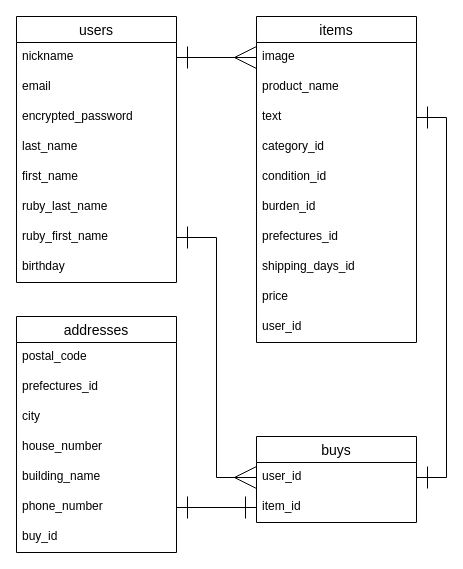
Before: ER.dio in takuya-kun/furima-34798, a draw.io diagram. Source tidied: cells renumbered, new cells numbered last; positions are measured from the earlier drawing's top-left corner, leaving out a move shared by most shapes. Both pictures are drawn from the tidied source at 100%, with x=0, y=0 at pixel (16, 16).
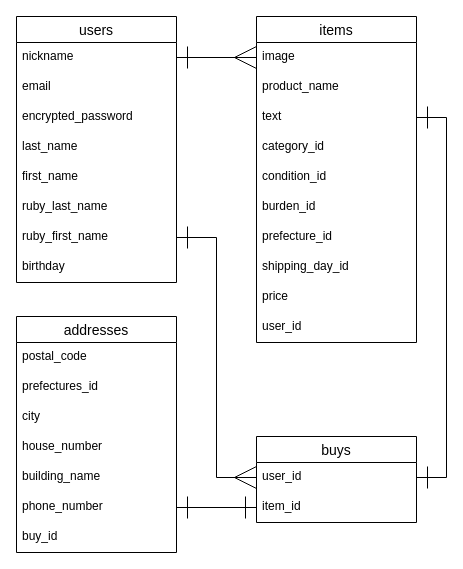
The same diagram, later.

Commit message:
指摘点修正_4回目

Unchanged cells that the change refers to:
```xml
<mxCell id="11" value="items" style="swimlane;fontStyle=0;horizontal=1;startSize=26;align=center;fontSize=14;" parent="1" vertex="1">
  <mxGeometry x="240" width="160" height="326" as="geometry" />
</mxCell>
```

What changed in the source:
```diff
@@
-    <mxCell id="18" value="prefectures_id" style="text;strokeColor=none;fillColor=none;spacingLeft=4;spacingRight=4;overflow=hidden;fontSize=12;" parent="11" vertex="1">
+    <mxCell id="18" value="prefecture_id" style="text;strokeColor=none;fillColor=none;spacingLeft=4;spacingRight=4;overflow=hidden;fontSize=12;" parent="11" vertex="1">
       <mxGeometry y="206" width="160" height="30" as="geometry" />
     </mxCell>
-    <mxCell id="19" value="shipping_days_id" style="text;strokeColor=none;fillColor=none;spacingLeft=4;spacingRight=4;overflow=hidden;fontSize=12;" parent="11" vertex="1">
+    <mxCell id="19" value="shipping_day_id" style="text;strokeColor=none;fillColor=none;spacingLeft=4;spacingRight=4;overflow=hidden;fontSize=12;" parent="11" vertex="1">
       <mxGeometry y="236" width="160" height="30" as="geometry" />
     </mxCell>
```
